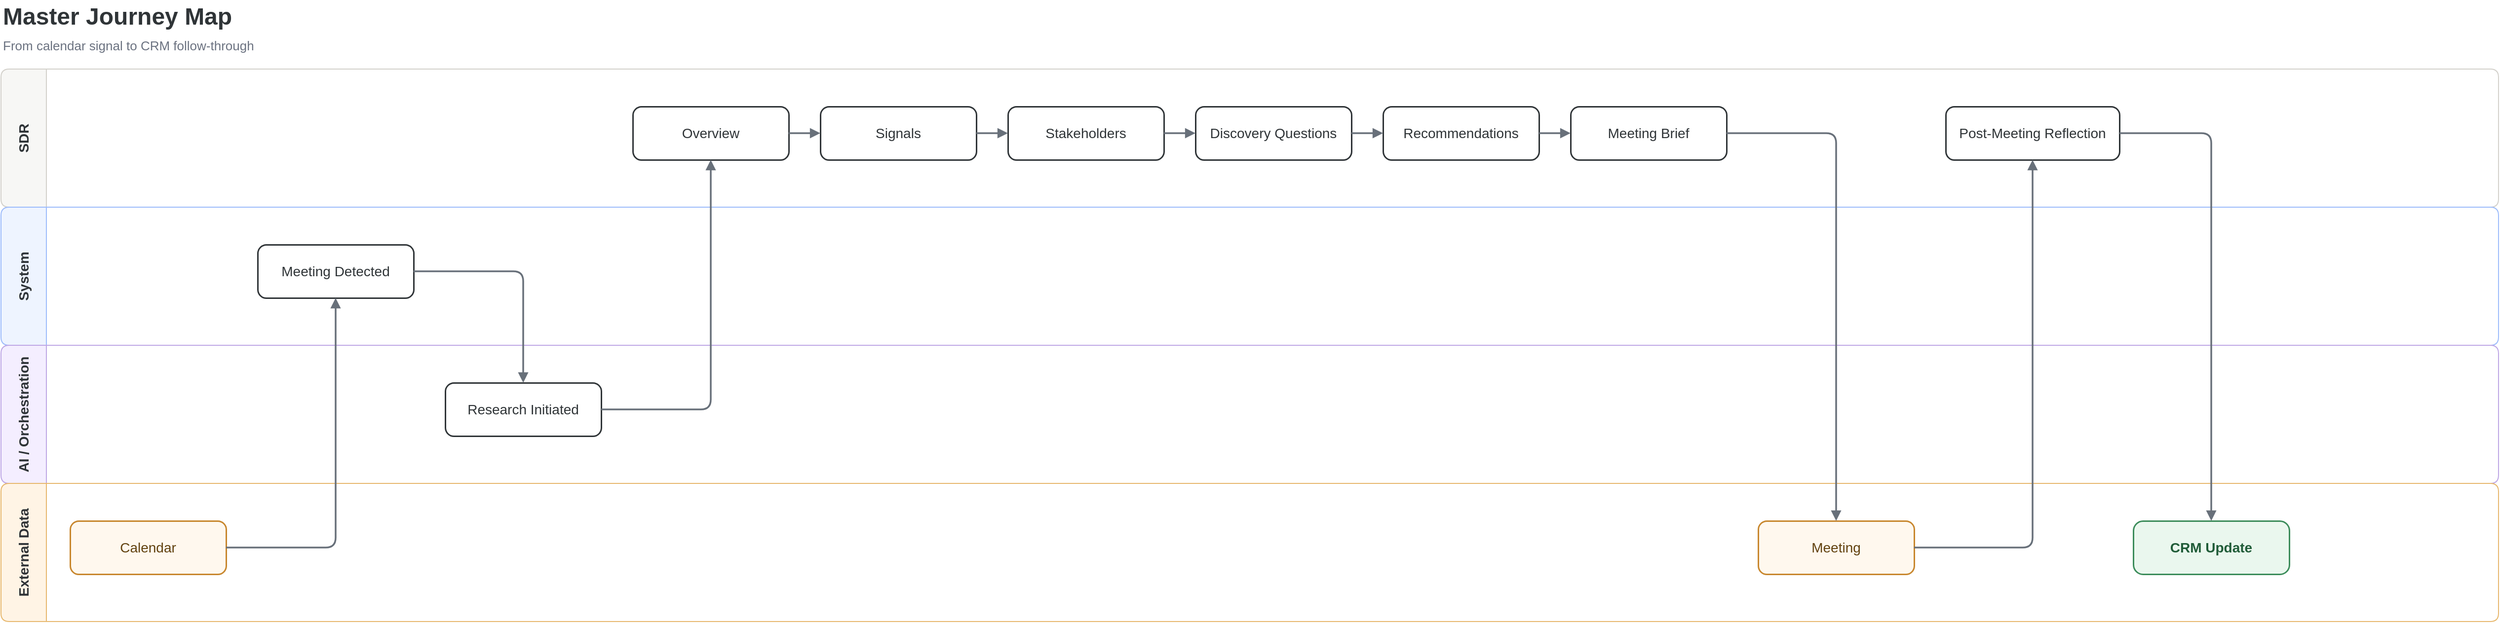
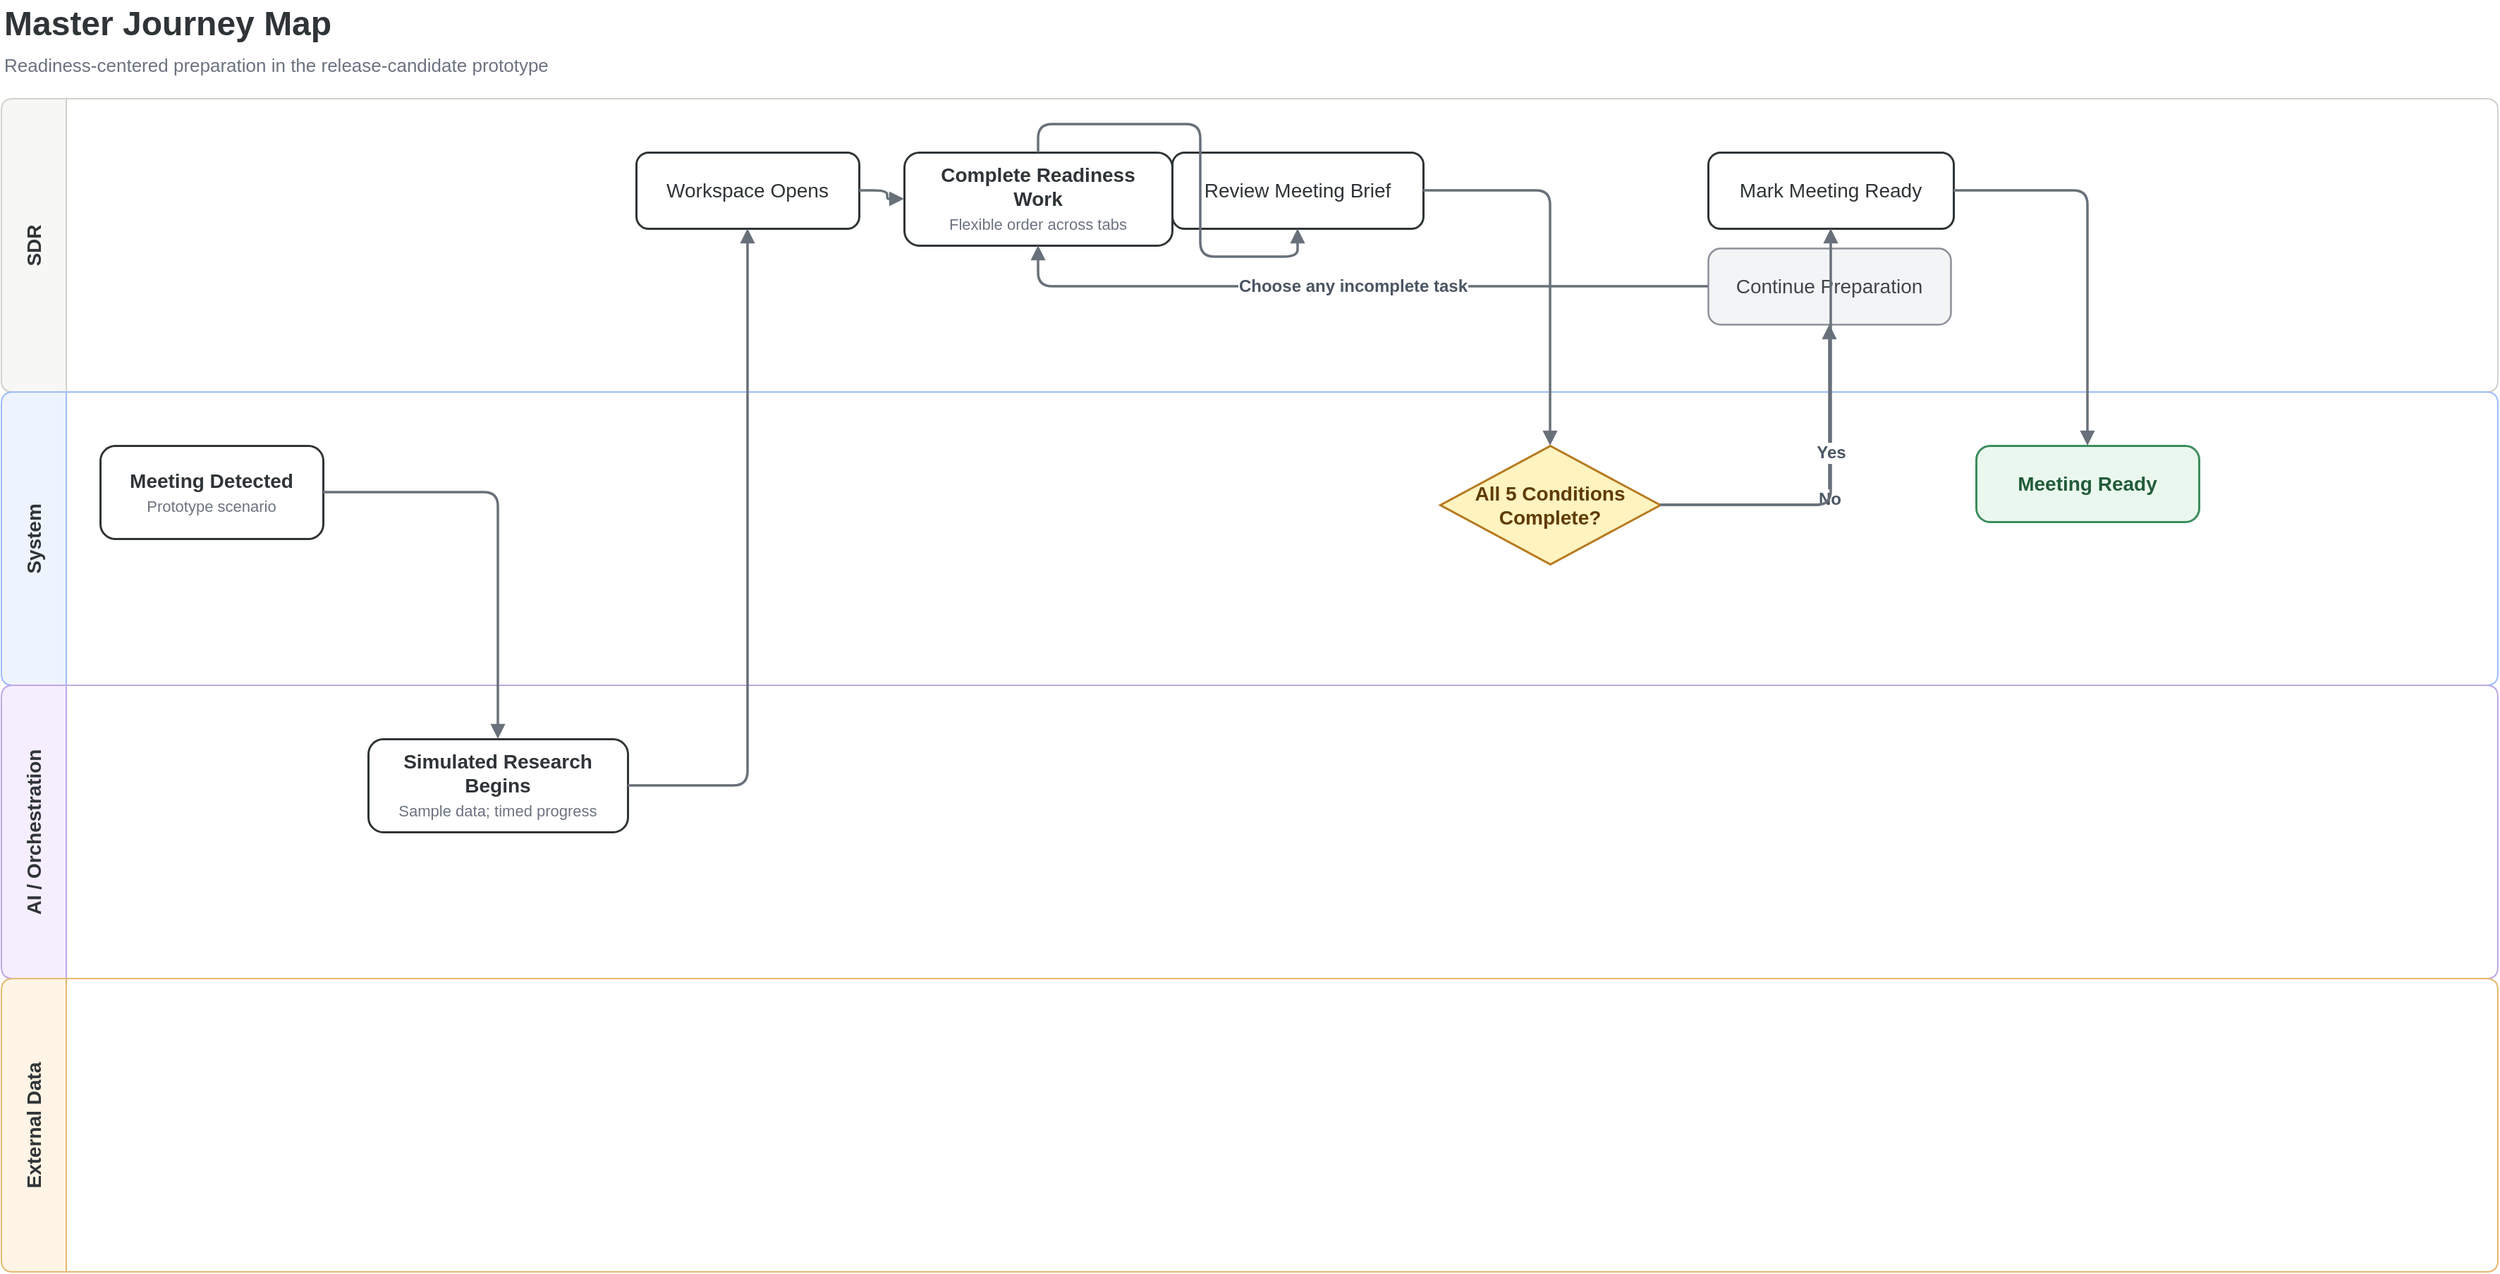
<?xml version='1.0' encoding='utf-8'?>
- <mxfile host="app.diagrams.net" modified="2026-07-02T21:03:30Z" agent="Codex" version="24.7.17" type="device">
+ <mxfile host="app.diagrams.net" modified="2026-07-04T01:56:53Z" agent="Codex" version="24.7.17" type="device">
  <diagram id="01-master-journey-map" name="Master Journey Map">
-     <mxGraphModel dx="1600" dy="900" grid="1" gridSize="10" guides="1" tooltips="1" connect="1" arrows="1" fold="1" page="1" pageScale="1" pageWidth="2570" pageHeight="827" math="0" shadow="0">
+     <mxGraphModel dx="1600" dy="900" grid="1" gridSize="10" guides="1" tooltips="1" connect="1" arrows="1" fold="1" page="1" pageScale="1" pageWidth="1810" pageHeight="1002" math="0" shadow="0">
      <root>
        <mxCell id="0" />
        <mxCell id="1" parent="0" />
        <mxCell id="title" value="Master Journey Map" style="text;html=1;strokeColor=none;fillColor=none;align=left;verticalAlign=middle;fontSize=24;fontStyle=1;fontColor=#2F3437;fontFamily=Helvetica;" vertex="1" parent="1">
-           <mxGeometry x="20" y="14" width="2490" height="34" as="geometry" />
+           <mxGeometry x="20" y="14" width="1730" height="34" as="geometry" />
        </mxCell>
-         <mxCell id="subtitle" value="From calendar signal to CRM follow-through" style="text;html=1;strokeColor=none;fillColor=none;align=left;verticalAlign=middle;fontSize=13;fontColor=#6B7280;fontFamily=Helvetica;" vertex="1" parent="1">
-           <mxGeometry x="20" y="48" width="2490" height="24" as="geometry" />
+         <mxCell id="subtitle" value="Readiness-centered preparation in the release-candidate prototype" style="text;html=1;strokeColor=none;fillColor=none;align=left;verticalAlign=middle;fontSize=13;fontColor=#6B7280;fontFamily=Helvetica;" vertex="1" parent="1">
+           <mxGeometry x="20" y="48" width="1730" height="24" as="geometry" />
        </mxCell>
        <mxCell id="lane-sdr" value="SDR" style="swimlane;horizontal=0;startSize=46;fillColor=#F7F7F5;swimlaneFillColor=#FFFFFF;strokeColor=#D3D1CB;fontStyle=1;fontSize=14;fontColor=#2F3437;rounded=1;arcSize=6;collapsible=0;html=1;whiteSpace=wrap;fontFamily=Helvetica;" vertex="1" parent="1">
-           <mxGeometry x="20" y="84" width="2530" height="140" as="geometry" />
+           <mxGeometry x="20" y="84" width="1770" height="208" as="geometry" />
        </mxCell>
        <mxCell id="lane-system" value="System" style="swimlane;horizontal=0;startSize=46;fillColor=#EEF4FF;swimlaneFillColor=#FFFFFF;strokeColor=#9DBCFB;fontStyle=1;fontSize=14;fontColor=#2F3437;rounded=1;arcSize=6;collapsible=0;html=1;whiteSpace=wrap;fontFamily=Helvetica;" vertex="1" parent="1">
-           <mxGeometry x="20" y="224" width="2530" height="140" as="geometry" />
+           <mxGeometry x="20" y="292" width="1770" height="208" as="geometry" />
        </mxCell>
        <mxCell id="lane-ai" value="AI / Orchestration" style="swimlane;horizontal=0;startSize=46;fillColor=#F4EEFF;swimlaneFillColor=#FFFFFF;strokeColor=#BEA7E5;fontStyle=1;fontSize=14;fontColor=#2F3437;rounded=1;arcSize=6;collapsible=0;html=1;whiteSpace=wrap;fontFamily=Helvetica;" vertex="1" parent="1">
-           <mxGeometry x="20" y="364" width="2530" height="140" as="geometry" />
+           <mxGeometry x="20" y="500" width="1770" height="208" as="geometry" />
        </mxCell>
        <mxCell id="lane-external" value="External Data" style="swimlane;horizontal=0;startSize=46;fillColor=#FFF4E5;swimlaneFillColor=#FFFFFF;strokeColor=#E7B86E;fontStyle=1;fontSize=14;fontColor=#2F3437;rounded=1;arcSize=6;collapsible=0;html=1;whiteSpace=wrap;fontFamily=Helvetica;" vertex="1" parent="1">
-           <mxGeometry x="20" y="504" width="2530" height="140" as="geometry" />
+           <mxGeometry x="20" y="708" width="1770" height="208" as="geometry" />
        </mxCell>
-         <mxCell id="calendar" value="Calendar" style="html=1;whiteSpace=wrap;align=center;verticalAlign=middle;fontSize=14;fontFamily=Helvetica;spacing=8;rounded=1;arcSize=16;fillColor=#FFF8EE;strokeColor=#C8872E;strokeWidth=1.5;fontColor=#62420F;" vertex="1" parent="lane-external">
-           <mxGeometry x="70" y="38" width="158" height="54" as="geometry" />
+         <mxCell id="detected" value="&lt;b&gt;Meeting Detected&lt;/b&gt;&lt;br&gt;&lt;font style=&quot;font-size:11px;color:#6B7280&quot;&gt;Prototype scenario&lt;/font&gt;" style="html=1;whiteSpace=wrap;align=center;verticalAlign=middle;fontSize=14;fontFamily=Helvetica;spacing=8;rounded=1;arcSize=16;fillColor=#FFFFFF;strokeColor=#2F3437;strokeWidth=1.5;fontColor=#2F3437;shadow=0;" vertex="1" parent="lane-system">
+           <mxGeometry x="70" y="38" width="158" height="66" as="geometry" />
        </mxCell>
-         <mxCell id="detected" value="Meeting Detected" style="html=1;whiteSpace=wrap;align=center;verticalAlign=middle;fontSize=14;fontFamily=Helvetica;spacing=8;rounded=1;arcSize=16;fillColor=#FFFFFF;strokeColor=#2F3437;strokeWidth=1.5;fontColor=#2F3437;shadow=0;" vertex="1" parent="lane-system">
-           <mxGeometry x="260" y="38" width="158" height="54" as="geometry" />
+         <mxCell id="research" value="&lt;b&gt;Simulated Research Begins&lt;/b&gt;&lt;br&gt;&lt;font style=&quot;font-size:11px;color:#6B7280&quot;&gt;Sample data; timed progress&lt;/font&gt;" style="html=1;whiteSpace=wrap;align=center;verticalAlign=middle;fontSize=14;fontFamily=Helvetica;spacing=8;rounded=1;arcSize=16;fillColor=#FFFFFF;strokeColor=#2F3437;strokeWidth=1.5;fontColor=#2F3437;shadow=0;" vertex="1" parent="lane-ai">
+           <mxGeometry x="260" y="38" width="184" height="66" as="geometry" />
        </mxCell>
-         <mxCell id="research" value="Research Initiated" style="html=1;whiteSpace=wrap;align=center;verticalAlign=middle;fontSize=14;fontFamily=Helvetica;spacing=8;rounded=1;arcSize=16;fillColor=#FFFFFF;strokeColor=#2F3437;strokeWidth=1.5;fontColor=#2F3437;shadow=0;" vertex="1" parent="lane-ai">
+         <mxCell id="workspace" value="Workspace Opens" style="html=1;whiteSpace=wrap;align=center;verticalAlign=middle;fontSize=14;fontFamily=Helvetica;spacing=8;rounded=1;arcSize=16;fillColor=#FFFFFF;strokeColor=#2F3437;strokeWidth=1.5;fontColor=#2F3437;shadow=0;" vertex="1" parent="lane-sdr">
          <mxGeometry x="450" y="38" width="158" height="54" as="geometry" />
        </mxCell>
-         <mxCell id="overview" value="Overview" style="html=1;whiteSpace=wrap;align=center;verticalAlign=middle;fontSize=14;fontFamily=Helvetica;spacing=8;rounded=1;arcSize=16;fillColor=#FFFFFF;strokeColor=#2F3437;strokeWidth=1.5;fontColor=#2F3437;shadow=0;" vertex="1" parent="lane-sdr">
-           <mxGeometry x="640" y="38" width="158" height="54" as="geometry" />
+         <mxCell id="tasks" value="&lt;b&gt;Complete Readiness Work&lt;/b&gt;&lt;br&gt;&lt;font style=&quot;font-size:11px;color:#6B7280&quot;&gt;Flexible order across tabs&lt;/font&gt;" style="html=1;whiteSpace=wrap;align=center;verticalAlign=middle;fontSize=14;fontFamily=Helvetica;spacing=8;rounded=1;arcSize=16;fillColor=#FFFFFF;strokeColor=#2F3437;strokeWidth=1.5;fontColor=#2F3437;shadow=0;" vertex="1" parent="lane-sdr">
+           <mxGeometry x="640" y="38" width="190" height="66" as="geometry" />
        </mxCell>
-         <mxCell id="signals" value="Signals" style="html=1;whiteSpace=wrap;align=center;verticalAlign=middle;fontSize=14;fontFamily=Helvetica;spacing=8;rounded=1;arcSize=16;fillColor=#FFFFFF;strokeColor=#2F3437;strokeWidth=1.5;fontColor=#2F3437;shadow=0;" vertex="1" parent="lane-sdr">
-           <mxGeometry x="830" y="38" width="158" height="54" as="geometry" />
+         <mxCell id="brief_review" value="Review Meeting Brief" style="html=1;whiteSpace=wrap;align=center;verticalAlign=middle;fontSize=14;fontFamily=Helvetica;spacing=8;rounded=1;arcSize=16;fillColor=#FFFFFF;strokeColor=#2F3437;strokeWidth=1.5;fontColor=#2F3437;shadow=0;" vertex="1" parent="lane-sdr">
+           <mxGeometry x="830" y="38" width="178" height="54" as="geometry" />
        </mxCell>
-         <mxCell id="stakeholders" value="Stakeholders" style="html=1;whiteSpace=wrap;align=center;verticalAlign=middle;fontSize=14;fontFamily=Helvetica;spacing=8;rounded=1;arcSize=16;fillColor=#FFFFFF;strokeColor=#2F3437;strokeWidth=1.5;fontColor=#2F3437;shadow=0;" vertex="1" parent="lane-sdr">
-           <mxGeometry x="1020" y="38" width="158" height="54" as="geometry" />
+         <mxCell id="all_ready" value="All 5 Conditions Complete?" style="html=1;whiteSpace=wrap;align=center;verticalAlign=middle;fontSize=14;fontFamily=Helvetica;spacing=8;rhombus;perimeter=rhombusPerimeter;fillColor=#FFF3BF;strokeColor=#B7791F;strokeWidth=1.5;fontColor=#5F3B00;fontStyle=1;" vertex="1" parent="lane-system">
+           <mxGeometry x="1020" y="38" width="156" height="84" as="geometry" />
        </mxCell>
-         <mxCell id="questions" value="Discovery Questions" style="html=1;whiteSpace=wrap;align=center;verticalAlign=middle;fontSize=14;fontFamily=Helvetica;spacing=8;rounded=1;arcSize=16;fillColor=#FFFFFF;strokeColor=#2F3437;strokeWidth=1.5;fontColor=#2F3437;shadow=0;" vertex="1" parent="lane-sdr">
-           <mxGeometry x="1210" y="38" width="158" height="54" as="geometry" />
+         <mxCell id="continue" value="Continue Preparation" style="html=1;whiteSpace=wrap;align=center;verticalAlign=middle;fontSize=14;fontFamily=Helvetica;spacing=8;rounded=1;arcSize=16;fillColor=#F3F4F6;strokeColor=#8A9099;strokeWidth=1.25;fontColor=#40454C;" vertex="1" parent="lane-sdr">
+           <mxGeometry x="1210" y="106" width="172" height="54" as="geometry" />
        </mxCell>
-         <mxCell id="recommendations" value="Recommendations" style="html=1;whiteSpace=wrap;align=center;verticalAlign=middle;fontSize=14;fontFamily=Helvetica;spacing=8;rounded=1;arcSize=16;fillColor=#FFFFFF;strokeColor=#2F3437;strokeWidth=1.5;fontColor=#2F3437;shadow=0;" vertex="1" parent="lane-sdr">
+         <mxCell id="confirm" value="Mark Meeting Ready" style="html=1;whiteSpace=wrap;align=center;verticalAlign=middle;fontSize=14;fontFamily=Helvetica;spacing=8;rounded=1;arcSize=16;fillColor=#FFFFFF;strokeColor=#2F3437;strokeWidth=1.5;fontColor=#2F3437;shadow=0;" vertex="1" parent="lane-sdr">
+           <mxGeometry x="1210" y="38" width="174" height="54" as="geometry" />
+         </mxCell>
+         <mxCell id="ready" value="Meeting Ready" style="html=1;whiteSpace=wrap;align=center;verticalAlign=middle;fontSize=14;fontFamily=Helvetica;spacing=8;rounded=1;arcSize=18;fillColor=#EAF7EE;strokeColor=#3B8C5A;strokeWidth=1.5;fontColor=#205C38;fontStyle=1;" vertex="1" parent="lane-system">
          <mxGeometry x="1400" y="38" width="158" height="54" as="geometry" />
        </mxCell>
-         <mxCell id="brief" value="Meeting Brief" style="html=1;whiteSpace=wrap;align=center;verticalAlign=middle;fontSize=14;fontFamily=Helvetica;spacing=8;rounded=1;arcSize=16;fillColor=#FFFFFF;strokeColor=#2F3437;strokeWidth=1.5;fontColor=#2F3437;shadow=0;" vertex="1" parent="lane-sdr">
-           <mxGeometry x="1590" y="38" width="158" height="54" as="geometry" />
-         </mxCell>
-         <mxCell id="meeting" value="Meeting" style="html=1;whiteSpace=wrap;align=center;verticalAlign=middle;fontSize=14;fontFamily=Helvetica;spacing=8;rounded=1;arcSize=16;fillColor=#FFF8EE;strokeColor=#C8872E;strokeWidth=1.5;fontColor=#62420F;" vertex="1" parent="lane-external">
-           <mxGeometry x="1780" y="38" width="158" height="54" as="geometry" />
-         </mxCell>
-         <mxCell id="reflection" value="Post-Meeting Reflection" style="html=1;whiteSpace=wrap;align=center;verticalAlign=middle;fontSize=14;fontFamily=Helvetica;spacing=8;rounded=1;arcSize=16;fillColor=#FFFFFF;strokeColor=#2F3437;strokeWidth=1.5;fontColor=#2F3437;shadow=0;" vertex="1" parent="lane-sdr">
-           <mxGeometry x="1970" y="38" width="176" height="54" as="geometry" />
-         </mxCell>
-         <mxCell id="crm" value="CRM Update" style="html=1;whiteSpace=wrap;align=center;verticalAlign=middle;fontSize=14;fontFamily=Helvetica;spacing=8;rounded=1;arcSize=18;fillColor=#EAF7EE;strokeColor=#3B8C5A;strokeWidth=1.5;fontColor=#205C38;fontStyle=1;" vertex="1" parent="lane-external">
-           <mxGeometry x="2160" y="38" width="158" height="54" as="geometry" />
-         </mxCell>
-         <mxCell id="edge-1" value="" style="edgeStyle=orthogonalEdgeStyle;rounded=1;orthogonalLoop=1;jettySize=auto;html=1;endArrow=block;endFill=1;strokeColor=#68707A;strokeWidth=1.75;fontSize=12;fontStyle=1;fontColor=#4B5563;labelBackgroundColor=#FFFFFF;" edge="1" parent="1" source="calendar" target="detected">
+         <mxCell id="edge-1" value="" style="edgeStyle=orthogonalEdgeStyle;rounded=1;orthogonalLoop=1;jettySize=auto;html=1;endArrow=block;endFill=1;strokeColor=#68707A;strokeWidth=1.75;fontSize=12;fontStyle=1;fontColor=#4B5563;labelBackgroundColor=#FFFFFF;" edge="1" parent="1" source="detected" target="research">
          <mxGeometry relative="1" as="geometry" />
        </mxCell>
-         <mxCell id="edge-2" value="" style="edgeStyle=orthogonalEdgeStyle;rounded=1;orthogonalLoop=1;jettySize=auto;html=1;endArrow=block;endFill=1;strokeColor=#68707A;strokeWidth=1.75;fontSize=12;fontStyle=1;fontColor=#4B5563;labelBackgroundColor=#FFFFFF;" edge="1" parent="1" source="detected" target="research">
+         <mxCell id="edge-2" value="" style="edgeStyle=orthogonalEdgeStyle;rounded=1;orthogonalLoop=1;jettySize=auto;html=1;endArrow=block;endFill=1;strokeColor=#68707A;strokeWidth=1.75;fontSize=12;fontStyle=1;fontColor=#4B5563;labelBackgroundColor=#FFFFFF;" edge="1" parent="1" source="research" target="workspace">
          <mxGeometry relative="1" as="geometry" />
        </mxCell>
-         <mxCell id="edge-3" value="" style="edgeStyle=orthogonalEdgeStyle;rounded=1;orthogonalLoop=1;jettySize=auto;html=1;endArrow=block;endFill=1;strokeColor=#68707A;strokeWidth=1.75;fontSize=12;fontStyle=1;fontColor=#4B5563;labelBackgroundColor=#FFFFFF;" edge="1" parent="1" source="research" target="overview">
+         <mxCell id="edge-3" value="" style="edgeStyle=orthogonalEdgeStyle;rounded=1;orthogonalLoop=1;jettySize=auto;html=1;endArrow=block;endFill=1;strokeColor=#68707A;strokeWidth=1.75;fontSize=12;fontStyle=1;fontColor=#4B5563;labelBackgroundColor=#FFFFFF;" edge="1" parent="1" source="workspace" target="tasks">
          <mxGeometry relative="1" as="geometry" />
        </mxCell>
-         <mxCell id="edge-4" value="" style="edgeStyle=orthogonalEdgeStyle;rounded=1;orthogonalLoop=1;jettySize=auto;html=1;endArrow=block;endFill=1;strokeColor=#68707A;strokeWidth=1.75;fontSize=12;fontStyle=1;fontColor=#4B5563;labelBackgroundColor=#FFFFFF;" edge="1" parent="1" source="overview" target="signals">
+         <mxCell id="edge-4" value="" style="edgeStyle=orthogonalEdgeStyle;rounded=1;orthogonalLoop=1;jettySize=auto;html=1;endArrow=block;endFill=1;strokeColor=#68707A;strokeWidth=1.75;fontSize=12;fontStyle=1;fontColor=#4B5563;labelBackgroundColor=#FFFFFF;" edge="1" parent="1" source="tasks" target="brief_review">
          <mxGeometry relative="1" as="geometry" />
        </mxCell>
-         <mxCell id="edge-5" value="" style="edgeStyle=orthogonalEdgeStyle;rounded=1;orthogonalLoop=1;jettySize=auto;html=1;endArrow=block;endFill=1;strokeColor=#68707A;strokeWidth=1.75;fontSize=12;fontStyle=1;fontColor=#4B5563;labelBackgroundColor=#FFFFFF;" edge="1" parent="1" source="signals" target="stakeholders">
+         <mxCell id="edge-5" value="" style="edgeStyle=orthogonalEdgeStyle;rounded=1;orthogonalLoop=1;jettySize=auto;html=1;endArrow=block;endFill=1;strokeColor=#68707A;strokeWidth=1.75;fontSize=12;fontStyle=1;fontColor=#4B5563;labelBackgroundColor=#FFFFFF;" edge="1" parent="1" source="brief_review" target="all_ready">
          <mxGeometry relative="1" as="geometry" />
        </mxCell>
-         <mxCell id="edge-6" value="" style="edgeStyle=orthogonalEdgeStyle;rounded=1;orthogonalLoop=1;jettySize=auto;html=1;endArrow=block;endFill=1;strokeColor=#68707A;strokeWidth=1.75;fontSize=12;fontStyle=1;fontColor=#4B5563;labelBackgroundColor=#FFFFFF;" edge="1" parent="1" source="stakeholders" target="questions">
+         <mxCell id="edge-6" value="No" style="edgeStyle=orthogonalEdgeStyle;rounded=1;orthogonalLoop=1;jettySize=auto;html=1;endArrow=block;endFill=1;strokeColor=#68707A;strokeWidth=1.75;fontSize=12;fontStyle=1;fontColor=#4B5563;labelBackgroundColor=#FFFFFF;" edge="1" parent="1" source="all_ready" target="continue">
          <mxGeometry relative="1" as="geometry" />
        </mxCell>
-         <mxCell id="edge-7" value="" style="edgeStyle=orthogonalEdgeStyle;rounded=1;orthogonalLoop=1;jettySize=auto;html=1;endArrow=block;endFill=1;strokeColor=#68707A;strokeWidth=1.75;fontSize=12;fontStyle=1;fontColor=#4B5563;labelBackgroundColor=#FFFFFF;" edge="1" parent="1" source="questions" target="recommendations">
+         <mxCell id="edge-7" value="Choose any incomplete task" style="edgeStyle=orthogonalEdgeStyle;rounded=1;orthogonalLoop=1;jettySize=auto;html=1;endArrow=block;endFill=1;strokeColor=#68707A;strokeWidth=1.75;fontSize=12;fontStyle=1;fontColor=#4B5563;labelBackgroundColor=#FFFFFF;" edge="1" parent="1" source="continue" target="tasks">
          <mxGeometry relative="1" as="geometry" />
        </mxCell>
-         <mxCell id="edge-8" value="" style="edgeStyle=orthogonalEdgeStyle;rounded=1;orthogonalLoop=1;jettySize=auto;html=1;endArrow=block;endFill=1;strokeColor=#68707A;strokeWidth=1.75;fontSize=12;fontStyle=1;fontColor=#4B5563;labelBackgroundColor=#FFFFFF;" edge="1" parent="1" source="recommendations" target="brief">
+         <mxCell id="edge-8" value="Yes" style="edgeStyle=orthogonalEdgeStyle;rounded=1;orthogonalLoop=1;jettySize=auto;html=1;endArrow=block;endFill=1;strokeColor=#68707A;strokeWidth=1.75;fontSize=12;fontStyle=1;fontColor=#4B5563;labelBackgroundColor=#FFFFFF;" edge="1" parent="1" source="all_ready" target="confirm">
          <mxGeometry relative="1" as="geometry" />
        </mxCell>
-         <mxCell id="edge-9" value="" style="edgeStyle=orthogonalEdgeStyle;rounded=1;orthogonalLoop=1;jettySize=auto;html=1;endArrow=block;endFill=1;strokeColor=#68707A;strokeWidth=1.75;fontSize=12;fontStyle=1;fontColor=#4B5563;labelBackgroundColor=#FFFFFF;" edge="1" parent="1" source="brief" target="meeting">
-           <mxGeometry relative="1" as="geometry" />
-         </mxCell>
-         <mxCell id="edge-10" value="" style="edgeStyle=orthogonalEdgeStyle;rounded=1;orthogonalLoop=1;jettySize=auto;html=1;endArrow=block;endFill=1;strokeColor=#68707A;strokeWidth=1.75;fontSize=12;fontStyle=1;fontColor=#4B5563;labelBackgroundColor=#FFFFFF;" edge="1" parent="1" source="meeting" target="reflection">
-           <mxGeometry relative="1" as="geometry" />
-         </mxCell>
-         <mxCell id="edge-11" value="" style="edgeStyle=orthogonalEdgeStyle;rounded=1;orthogonalLoop=1;jettySize=auto;html=1;endArrow=block;endFill=1;strokeColor=#68707A;strokeWidth=1.75;fontSize=12;fontStyle=1;fontColor=#4B5563;labelBackgroundColor=#FFFFFF;" edge="1" parent="1" source="reflection" target="crm">
+         <mxCell id="edge-9" value="" style="edgeStyle=orthogonalEdgeStyle;rounded=1;orthogonalLoop=1;jettySize=auto;html=1;endArrow=block;endFill=1;strokeColor=#68707A;strokeWidth=1.75;fontSize=12;fontStyle=1;fontColor=#4B5563;labelBackgroundColor=#FFFFFF;" edge="1" parent="1" source="confirm" target="ready">
          <mxGeometry relative="1" as="geometry" />
        </mxCell>
      </root>
    </mxGraphModel>
  </diagram>
</mxfile>